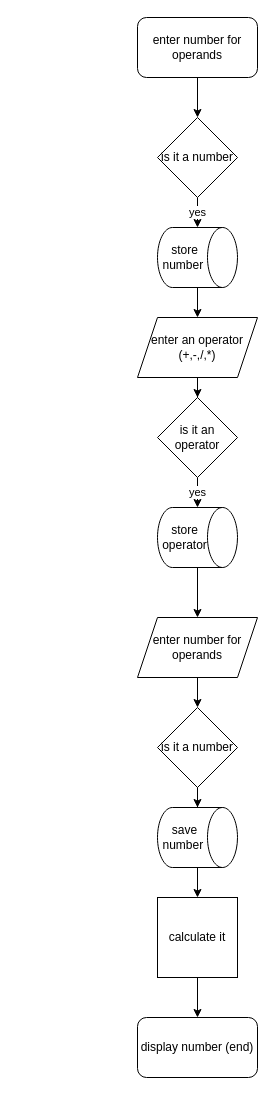
Above: AdvLoops.drawio in GameGnome/pratice (draw.io), before the change. Source tidied: cells renumbered, new cells numbered last; positions are measured from the earlier drawing's top-left corner, leaving out a move shared by most shapes. Both pictures are drawn from the tidied source at 100%, with x=0, y=0 at pixel (137, 17).
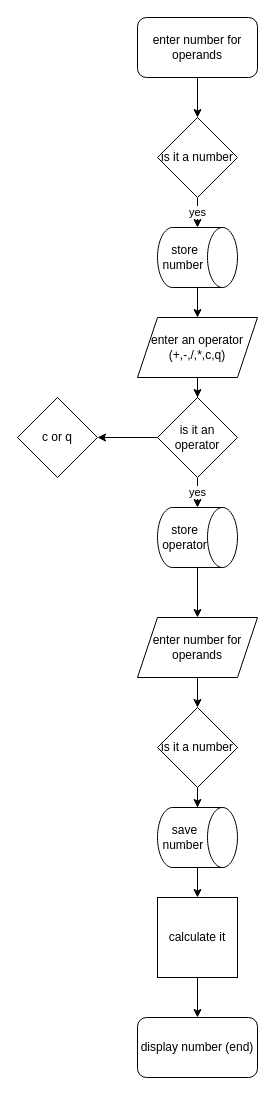
The same diagram, later.

The change refers to these unchanged cells:
```xml
<mxCell id="11" value="is it an operator" style="rhombus;whiteSpace=wrap;html=1;" parent="1" vertex="1">
  <mxGeometry x="20" y="380" width="80" height="80" as="geometry" />
</mxCell>
```

Diff of the diagram source:
```diff
@@
-    <mxCell id="7" value="enter an operator (+,-,/,*)" style="shape=parallelogram;perimeter=parallelogramPerimeter;whiteSpace=wrap;html=1;fixedSize=1;" parent="1" vertex="1">
+    <mxCell id="7" value="enter an operator (+,-,/,*,c,q)" style="shape=parallelogram;perimeter=parallelogramPerimeter;whiteSpace=wrap;html=1;fixedSize=1;" parent="1" vertex="1">
       <mxGeometry y="300" width="120" height="60" as="geometry" />
     </mxCell>
@@
+    <mxCell id="23" style="edgeStyle=orthogonalEdgeStyle;rounded=0;jettySize=auto;html=1;" parent="1" edge="1" source="11" target="24">
+      <mxGeometry relative="1" as="geometry" />
+    </mxCell>
@@
+    <mxCell id="24" value="c or q" style="rhombus;whiteSpace=wrap;html=1;" parent="1" vertex="1">
+      <mxGeometry x="-120" y="380" width="80" height="80" as="geometry" />
+    </mxCell>
```
